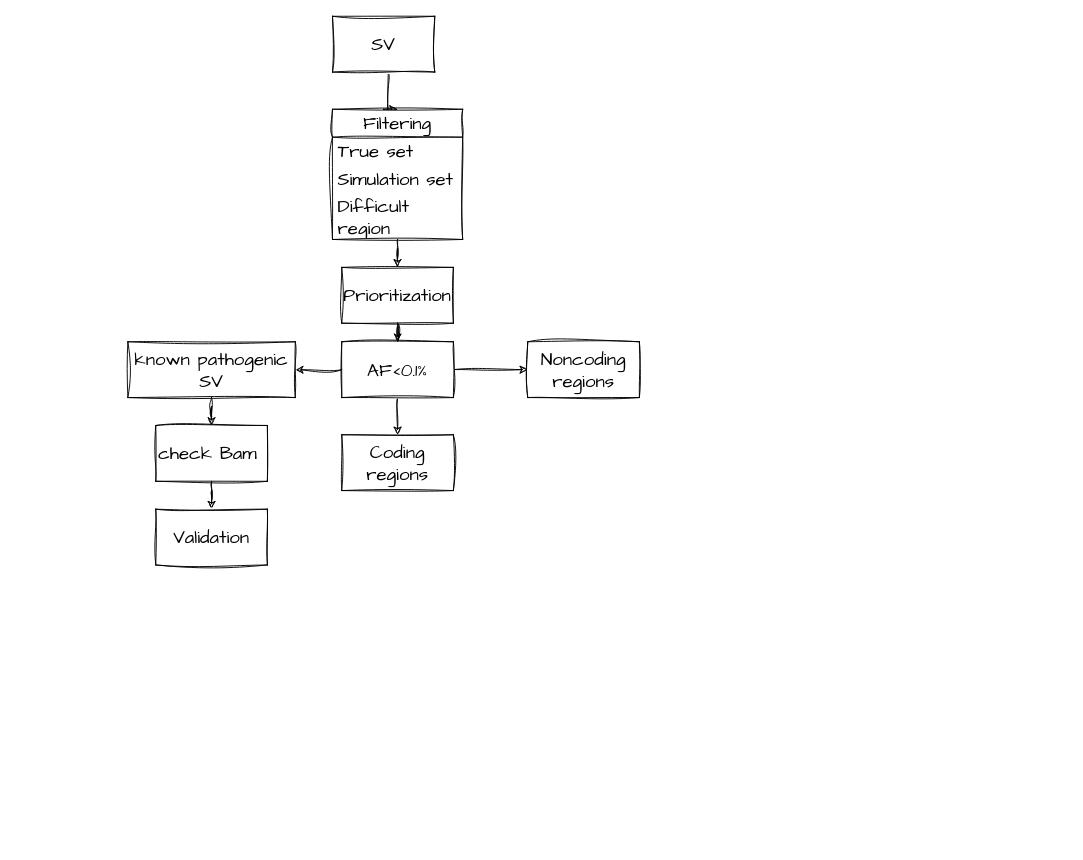
Before: SV_workflow.drawio in ShirleyLiu-BCH/workflow, a draw.io diagram. Source tidied: cells renumbered, new cells numbered last; positions are measured from the earlier drawing's top-left corner, leaving out a move shared by most shapes. Both pictures are drawn from the tidied source at 93%, with x=0, y=0 at pixel (127, 16).
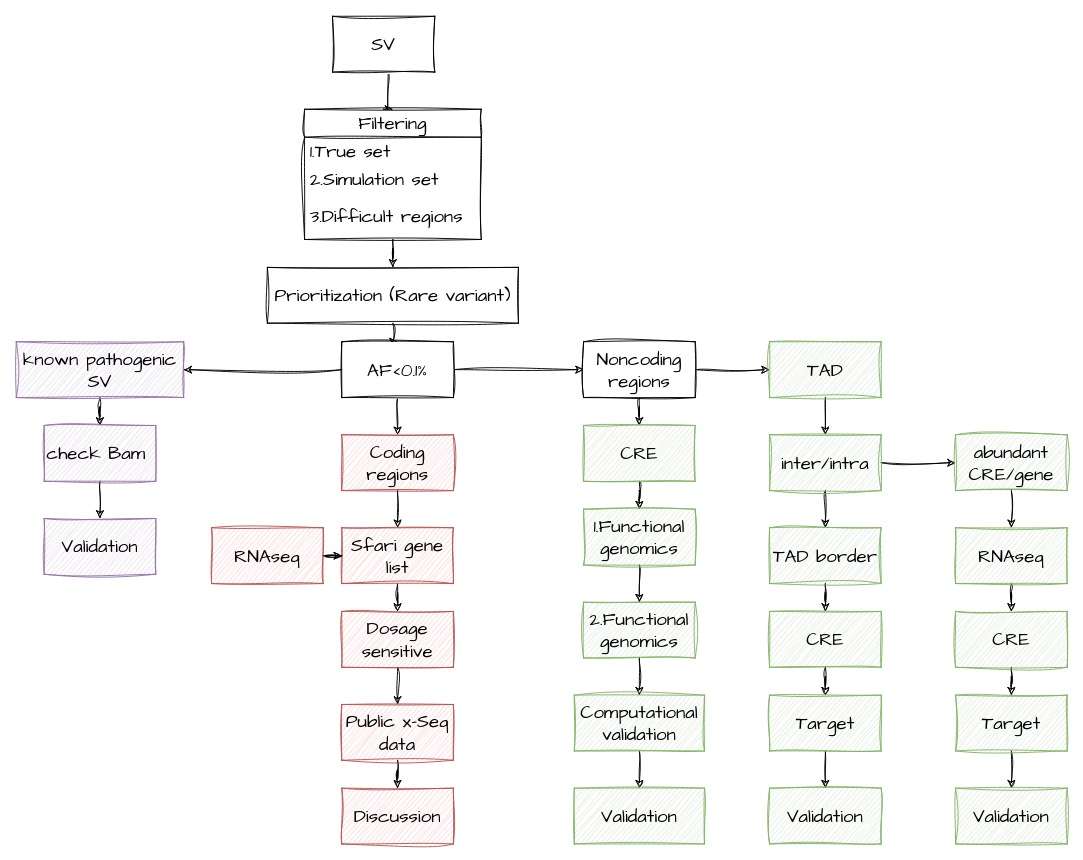
The same diagram, later.

Change to the diagram source:
```diff
@@
     <mxCell id="5" value="Filtering" style="swimlane;fontStyle=0;horizontal=1;startSize=30;whiteSpace=wrap;html=1;sketch=1;hachureGap=4;jiggle=2;curveFitting=1;fontFamily=Architects Daughter;fontSize=20;" parent="1" vertex="1">
-      <mxGeometry x="220" y="100" width="140" height="140" as="geometry" />
+      <mxGeometry x="190" y="100" width="190" height="140" as="geometry" />
     </mxCell>
-    <mxCell id="6" value="True set" style="text;strokeColor=none;fillColor=none;align=left;verticalAlign=middle;spacingLeft=4;spacingRight=4;overflow=hidden;whiteSpace=wrap;html=1;fontSize=20;fontFamily=Architects Daughter;" parent="5" vertex="1">
-      <mxGeometry y="30" width="140" height="30" as="geometry" />
+    <mxCell id="6" value="1.True set" style="text;strokeColor=none;fillColor=none;align=left;verticalAlign=middle;spacingLeft=4;spacingRight=4;overflow=hidden;whiteSpace=wrap;html=1;fontSize=20;fontFamily=Architects Daughter;" parent="5" vertex="1">
+      <mxGeometry y="30" width="190" height="30" as="geometry" />
     </mxCell>
-    <mxCell id="7" value="Simulation set" style="text;strokeColor=none;fillColor=none;align=left;verticalAlign=middle;spacingLeft=4;spacingRight=4;overflow=hidden;whiteSpace=wrap;html=1;fontSize=20;fontFamily=Architects Daughter;" parent="5" vertex="1">
-      <mxGeometry y="60" width="140" height="30" as="geometry" />
+    <mxCell id="7" value="2.Simulation set" style="text;strokeColor=none;fillColor=none;align=left;verticalAlign=middle;spacingLeft=4;spacingRight=4;overflow=hidden;whiteSpace=wrap;html=1;fontSize=20;fontFamily=Architects Daughter;" parent="5" vertex="1">
+      <mxGeometry y="60" width="190" height="30" as="geometry" />
     </mxCell>
-    <mxCell id="8" value="Difficult region" style="text;strokeColor=none;fillColor=none;align=left;verticalAlign=middle;spacingLeft=4;spacingRight=4;overflow=hidden;whiteSpace=wrap;html=1;fontSize=20;fontFamily=Architects Daughter;" parent="5" vertex="1">
-      <mxGeometry y="90" width="140" height="50" as="geometry" />
+    <mxCell id="8" value="3.Difficult regions" style="text;strokeColor=none;fillColor=none;align=left;verticalAlign=middle;spacingLeft=4;spacingRight=4;overflow=hidden;whiteSpace=wrap;html=1;fontSize=20;fontFamily=Architects Daughter;" parent="5" vertex="1">
+      <mxGeometry y="90" width="190" height="50" as="geometry" />
     </mxCell>
@@
-    <mxCell id="10" value="Prioritization" style="whiteSpace=wrap;html=1;fontSize=20;fontFamily=Architects Daughter;fontStyle=0;startSize=30;sketch=1;hachureGap=4;jiggle=2;curveFitting=1;" parent="1" vertex="1">
-      <mxGeometry x="230" y="270" width="120" height="60" as="geometry" />
+    <mxCell id="10" value="Prioritization (Rare variant)" style="whiteSpace=wrap;html=1;fontSize=20;fontFamily=Architects Daughter;fontStyle=0;startSize=30;sketch=1;hachureGap=4;jiggle=2;curveFitting=1;" parent="1" vertex="1">
+      <mxGeometry x="150" y="270" width="270" height="60" as="geometry" />
     </mxCell>
@@
-    <mxCell id="16" value="known pathogenic SV" style="whiteSpace=wrap;html=1;fontSize=20;fontFamily=Architects Daughter;fontStyle=0;startSize=30;sketch=1;hachureGap=4;jiggle=2;curveFitting=1;" parent="1" vertex="1">
-      <mxGeometry y="350" width="180" height="60" as="geometry" />
+    <mxCell id="16" value="known pathogenic SV" style="whiteSpace=wrap;html=1;fontSize=20;fontFamily=Architects Daughter;fontStyle=0;startSize=30;sketch=1;hachureGap=4;jiggle=2;curveFitting=1;fillColor=#e1d5e7;strokeColor=#9673a6;" parent="1" vertex="1">
+      <mxGeometry x="-120" y="350" width="180" height="60" as="geometry" />
     </mxCell>
+    <mxCell id="22" style="edgeStyle=orthogonalEdgeStyle;rounded=0;sketch=1;hachureGap=4;jiggle=2;curveFitting=1;jettySize=auto;html=1;fontFamily=Architects Daughter;fontSize=16;" parent="1" edge="1" source="17" target="26">
+      <mxGeometry relative="1" as="geometry" />
+    </mxCell>
-    <mxCell id="17" value="Coding regions" style="whiteSpace=wrap;html=1;fontSize=20;fontFamily=Architects Daughter;fontStyle=0;startSize=30;sketch=1;hachureGap=4;jiggle=2;curveFitting=1;" parent="1" vertex="1">
+    <mxCell id="17" value="Coding regions" style="whiteSpace=wrap;html=1;fontSize=20;fontFamily=Architects Daughter;fontStyle=0;startSize=30;sketch=1;hachureGap=4;jiggle=2;curveFitting=1;fillColor=#f8cecc;strokeColor=#b85450;" parent="1" vertex="1">
       <mxGeometry x="230" y="450" width="120" height="60" as="geometry" />
     </mxCell>
+    <mxCell id="23" style="edgeStyle=orthogonalEdgeStyle;rounded=0;sketch=1;hachureGap=4;jiggle=2;curveFitting=1;jettySize=auto;html=1;fontFamily=Architects Daughter;fontSize=16;" parent="1" edge="1" source="18" target="35">
+      <mxGeometry relative="1" as="geometry" />
+    </mxCell>
+    <mxCell id="24" style="edgeStyle=orthogonalEdgeStyle;rounded=0;sketch=1;hachureGap=4;jiggle=2;curveFitting=1;jettySize=auto;html=1;fontFamily=Architects Daughter;fontSize=16;" parent="1" edge="1" source="18" target="37">
+      <mxGeometry relative="1" as="geometry" />
+    </mxCell>
     <mxCell id="18" value="Noncoding regions" style="whiteSpace=wrap;html=1;fontSize=20;fontFamily=Architects Daughter;fontStyle=0;startSize=30;sketch=1;hachureGap=4;jiggle=2;curveFitting=1;" parent="1" vertex="1">
-      <mxGeometry x="430" y="350" width="120" height="60" as="geometry" />
+      <mxGeometry x="490" y="350" width="120" height="60" as="geometry" />
     </mxCell>
@@
-    <mxCell id="20" value="check Bam&amp;nbsp;" style="whiteSpace=wrap;html=1;fontSize=20;fontFamily=Architects Daughter;fontStyle=0;startSize=30;sketch=1;hachureGap=4;jiggle=2;curveFitting=1;" parent="1" vertex="1">
-      <mxGeometry x="30" y="440" width="120" height="60" as="geometry" />
+    <mxCell id="20" value="check Bam&amp;nbsp;" style="whiteSpace=wrap;html=1;fontSize=20;fontFamily=Architects Daughter;fontStyle=0;startSize=30;sketch=1;hachureGap=4;jiggle=2;curveFitting=1;fillColor=#e1d5e7;strokeColor=#9673a6;" parent="1" vertex="1">
+      <mxGeometry x="-90" y="440" width="120" height="60" as="geometry" />
     </mxCell>
-    <mxCell id="21" value="Validation" style="whiteSpace=wrap;html=1;fontSize=20;fontFamily=Architects Daughter;fontStyle=0;startSize=30;sketch=1;hachureGap=4;jiggle=2;curveFitting=1;" parent="1" vertex="1">
-      <mxGeometry x="30" y="530" width="120" height="60" as="geometry" />
+    <mxCell id="21" value="Validation" style="whiteSpace=wrap;html=1;fontSize=20;fontFamily=Architects Daughter;fontStyle=0;startSize=30;sketch=1;hachureGap=4;jiggle=2;curveFitting=1;fillColor=#e1d5e7;strokeColor=#9673a6;" parent="1" vertex="1">
+      <mxGeometry x="-90" y="540" width="120" height="60" as="geometry" />
     </mxCell>
+    <mxCell id="25" style="edgeStyle=orthogonalEdgeStyle;rounded=0;sketch=1;hachureGap=4;jiggle=2;curveFitting=1;jettySize=auto;html=1;fontFamily=Architects Daughter;fontSize=16;" parent="1" edge="1" source="26" target="28">
+      <mxGeometry relative="1" as="geometry" />
+    </mxCell>
+    <mxCell id="26" value="Sfari gene list" style="whiteSpace=wrap;html=1;fontSize=20;fontFamily=Architects Daughter;fontStyle=0;startSize=30;sketch=1;hachureGap=4;jiggle=2;curveFitting=1;fillColor=#f8cecc;strokeColor=#b85450;" parent="1" vertex="1">
+      <mxGeometry x="230" y="550" width="120" height="60" as="geometry" />
+    </mxCell>
+    <mxCell id="27" style="edgeStyle=orthogonalEdgeStyle;rounded=0;sketch=1;hachureGap=4;jiggle=2;curveFitting=1;jettySize=auto;html=1;fontFamily=Architects Daughter;fontSize=16;" parent="1" edge="1" source="28" target="32">
+      <mxGeometry relative="1" as="geometry" />
+    </mxCell>
+    <mxCell id="28" value="Dosage sensitive" style="whiteSpace=wrap;html=1;fontSize=20;fontFamily=Architects Daughter;fontStyle=0;startSize=30;sketch=1;hachureGap=4;jiggle=2;curveFitting=1;fillColor=#f8cecc;strokeColor=#b85450;" parent="1" vertex="1">
+      <mxGeometry x="230" y="640" width="120" height="60" as="geometry" />
+    </mxCell>
+    <mxCell id="29" style="edgeStyle=orthogonalEdgeStyle;rounded=0;sketch=1;hachureGap=4;jiggle=2;curveFitting=1;jettySize=auto;html=1;fontFamily=Architects Daughter;fontSize=16;" parent="1" edge="1" source="30" target="26">
+      <mxGeometry relative="1" as="geometry" />
+    </mxCell>
+    <mxCell id="30" value="RNAseq" style="whiteSpace=wrap;html=1;fontSize=20;fontFamily=Architects Daughter;fontStyle=0;startSize=30;sketch=1;hachureGap=4;jiggle=2;curveFitting=1;fillColor=#f8cecc;strokeColor=#b85450;" parent="1" vertex="1">
+      <mxGeometry x="90" y="550" width="120" height="60" as="geometry" />
+    </mxCell>
+    <mxCell id="31" style="edgeStyle=orthogonalEdgeStyle;rounded=0;sketch=1;hachureGap=4;jiggle=2;curveFitting=1;jettySize=auto;html=1;fontFamily=Architects Daughter;fontSize=16;" parent="1" edge="1" source="32" target="33">
+      <mxGeometry relative="1" as="geometry" />
+    </mxCell>
+    <mxCell id="32" value="Public x-Seq data" style="whiteSpace=wrap;html=1;fontSize=20;fontFamily=Architects Daughter;fontStyle=0;startSize=30;sketch=1;hachureGap=4;jiggle=2;curveFitting=1;fillColor=#f8cecc;strokeColor=#b85450;" parent="1" vertex="1">
+      <mxGeometry x="230" y="740" width="120" height="60" as="geometry" />
+    </mxCell>
+    <mxCell id="33" value="Discussion" style="whiteSpace=wrap;html=1;fontSize=20;fontFamily=Architects Daughter;fontStyle=0;startSize=30;sketch=1;hachureGap=4;jiggle=2;curveFitting=1;fillColor=#f8cecc;strokeColor=#b85450;" parent="1" vertex="1">
+      <mxGeometry x="230" y="830" width="120" height="60" as="geometry" />
+    </mxCell>
+    <mxCell id="34" style="edgeStyle=orthogonalEdgeStyle;rounded=0;sketch=1;hachureGap=4;jiggle=2;curveFitting=1;jettySize=auto;html=1;fontFamily=Architects Daughter;fontSize=16;" parent="1" edge="1" source="35" target="39">
+      <mxGeometry relative="1" as="geometry" />
+    </mxCell>
+    <mxCell id="35" value="CRE" style="whiteSpace=wrap;html=1;fontSize=20;fontFamily=Architects Daughter;fontStyle=0;startSize=30;sketch=1;hachureGap=4;jiggle=2;curveFitting=1;fillColor=#d5e8d4;strokeColor=#82b366;" parent="1" vertex="1">
+      <mxGeometry x="490" y="440" width="120" height="60" as="geometry" />
+    </mxCell>
+    <mxCell id="36" style="edgeStyle=orthogonalEdgeStyle;rounded=0;sketch=1;hachureGap=4;jiggle=2;curveFitting=1;jettySize=auto;html=1;fontFamily=Architects Daughter;fontSize=16;" parent="1" edge="1" source="37" target="46">
+      <mxGeometry relative="1" as="geometry" />
+    </mxCell>
+    <mxCell id="37" value="TAD" style="whiteSpace=wrap;html=1;fontSize=20;fontFamily=Architects Daughter;fontStyle=0;startSize=30;sketch=1;hachureGap=4;jiggle=2;curveFitting=1;fillColor=#d5e8d4;strokeColor=#82b366;" parent="1" vertex="1">
+      <mxGeometry x="690" y="350" width="120" height="60" as="geometry" />
+    </mxCell>
+    <mxCell id="38" style="edgeStyle=orthogonalEdgeStyle;rounded=0;sketch=1;hachureGap=4;jiggle=2;curveFitting=1;jettySize=auto;html=1;fontFamily=Architects Daughter;fontSize=16;" parent="1" edge="1" source="39" target="41">
+      <mxGeometry relative="1" as="geometry" />
+    </mxCell>
+    <mxCell id="39" value="1.Functional genomics" style="whiteSpace=wrap;html=1;fontSize=20;fontFamily=Architects Daughter;fontStyle=0;startSize=30;sketch=1;hachureGap=4;jiggle=2;curveFitting=1;fillColor=#d5e8d4;strokeColor=#82b366;" parent="1" vertex="1">
+      <mxGeometry x="490" y="530" width="120" height="60" as="geometry" />
+    </mxCell>
+    <mxCell id="40" style="edgeStyle=orthogonalEdgeStyle;rounded=0;sketch=1;hachureGap=4;jiggle=2;curveFitting=1;jettySize=auto;html=1;fontFamily=Architects Daughter;fontSize=16;" parent="1" edge="1" source="41" target="43">
+      <mxGeometry relative="1" as="geometry" />
+    </mxCell>
+    <mxCell id="41" value="2.Functional genomics" style="whiteSpace=wrap;html=1;fontSize=20;fontFamily=Architects Daughter;fontStyle=0;startSize=30;sketch=1;hachureGap=4;jiggle=2;curveFitting=1;fillColor=#d5e8d4;strokeColor=#82b366;" parent="1" vertex="1">
+      <mxGeometry x="490" y="630" width="120" height="60" as="geometry" />
+    </mxCell>
+    <mxCell id="42" style="edgeStyle=orthogonalEdgeStyle;rounded=0;sketch=1;hachureGap=4;jiggle=2;curveFitting=1;jettySize=auto;html=1;fontFamily=Architects Daughter;fontSize=16;" parent="1" edge="1" source="43" target="61">
+      <mxGeometry relative="1" as="geometry" />
+    </mxCell>
+    <mxCell id="43" value="Computational validation" style="whiteSpace=wrap;html=1;fontSize=20;fontFamily=Architects Daughter;fontStyle=0;startSize=30;sketch=1;hachureGap=4;jiggle=2;curveFitting=1;fillColor=#d5e8d4;strokeColor=#82b366;" parent="1" vertex="1">
+      <mxGeometry x="480" y="730" width="140" height="60" as="geometry" />
+    </mxCell>
+    <mxCell id="44" style="edgeStyle=orthogonalEdgeStyle;rounded=0;sketch=1;hachureGap=4;jiggle=2;curveFitting=1;jettySize=auto;html=1;fontFamily=Architects Daughter;fontSize=16;" parent="1" edge="1" source="46" target="48">
+      <mxGeometry relative="1" as="geometry" />
+    </mxCell>
+    <mxCell id="45" style="edgeStyle=orthogonalEdgeStyle;rounded=0;sketch=1;hachureGap=4;jiggle=2;curveFitting=1;jettySize=auto;html=1;fontFamily=Architects Daughter;fontSize=16;" parent="1" edge="1" source="46" target="50">
+      <mxGeometry relative="1" as="geometry" />
+    </mxCell>
+    <mxCell id="46" value="inter/intra" style="whiteSpace=wrap;html=1;fontSize=20;fontFamily=Architects Daughter;fontStyle=0;startSize=30;sketch=1;hachureGap=4;jiggle=2;curveFitting=1;fillColor=#d5e8d4;strokeColor=#82b366;" parent="1" vertex="1">
+      <mxGeometry x="690" y="450" width="120" height="60" as="geometry" />
+    </mxCell>
+    <mxCell id="47" style="edgeStyle=orthogonalEdgeStyle;rounded=0;sketch=1;hachureGap=4;jiggle=2;curveFitting=1;jettySize=auto;html=1;fontFamily=Architects Daughter;fontSize=16;" parent="1" edge="1" source="48" target="52">
+      <mxGeometry relative="1" as="geometry" />
+    </mxCell>
+    <mxCell id="48" value="TAD border" style="whiteSpace=wrap;html=1;fontSize=20;fontFamily=Architects Daughter;fontStyle=0;startSize=30;sketch=1;hachureGap=4;jiggle=2;curveFitting=1;fillColor=#d5e8d4;strokeColor=#82b366;" parent="1" vertex="1">
+      <mxGeometry x="690" y="550" width="120" height="60" as="geometry" />
+    </mxCell>
+    <mxCell id="49" style="edgeStyle=orthogonalEdgeStyle;rounded=0;sketch=1;hachureGap=4;jiggle=2;curveFitting=1;jettySize=auto;html=1;fontFamily=Architects Daughter;fontSize=16;" parent="1" edge="1" source="50" target="56">
+      <mxGeometry relative="1" as="geometry" />
+    </mxCell>
+    <mxCell id="50" value="abundant CRE/gene" style="whiteSpace=wrap;html=1;fontSize=20;fontFamily=Architects Daughter;fontStyle=0;startSize=30;sketch=1;hachureGap=4;jiggle=2;curveFitting=1;fillColor=#d5e8d4;strokeColor=#82b366;" parent="1" vertex="1">
+      <mxGeometry x="890" y="450" width="120" height="60" as="geometry" />
+    </mxCell>
+    <mxCell id="51" style="edgeStyle=orthogonalEdgeStyle;rounded=0;sketch=1;hachureGap=4;jiggle=2;curveFitting=1;jettySize=auto;html=1;fontFamily=Architects Daughter;fontSize=16;" parent="1" edge="1" source="52" target="54">
+      <mxGeometry relative="1" as="geometry" />
+    </mxCell>
+    <mxCell id="52" value="CRE" style="whiteSpace=wrap;html=1;fontSize=20;fontFamily=Architects Daughter;fontStyle=0;startSize=30;sketch=1;hachureGap=4;jiggle=2;curveFitting=1;fillColor=#d5e8d4;strokeColor=#82b366;" parent="1" vertex="1">
+      <mxGeometry x="690" y="640" width="120" height="60" as="geometry" />
+    </mxCell>
+    <mxCell id="53" style="edgeStyle=orthogonalEdgeStyle;rounded=0;sketch=1;hachureGap=4;jiggle=2;curveFitting=1;jettySize=auto;html=1;fontFamily=Architects Daughter;fontSize=16;" parent="1" edge="1" source="54" target="62">
+      <mxGeometry relative="1" as="geometry" />
+    </mxCell>
+    <mxCell id="54" value="Target" style="whiteSpace=wrap;html=1;fontSize=20;fontFamily=Architects Daughter;fontStyle=0;startSize=30;sketch=1;hachureGap=4;jiggle=2;curveFitting=1;fillColor=#d5e8d4;strokeColor=#82b366;" parent="1" vertex="1">
+      <mxGeometry x="690" y="730" width="120" height="60" as="geometry" />
+    </mxCell>
+    <mxCell id="55" style="edgeStyle=orthogonalEdgeStyle;rounded=0;sketch=1;hachureGap=4;jiggle=2;curveFitting=1;jettySize=auto;html=1;fontFamily=Architects Daughter;fontSize=16;" parent="1" edge="1" source="56" target="58">
+      <mxGeometry relative="1" as="geometry" />
+    </mxCell>
+    <mxCell id="56" value="RNAseq" style="whiteSpace=wrap;html=1;fontSize=20;fontFamily=Architects Daughter;fontStyle=0;startSize=30;sketch=1;hachureGap=4;jiggle=2;curveFitting=1;fillColor=#d5e8d4;strokeColor=#82b366;" parent="1" vertex="1">
+      <mxGeometry x="890" y="550" width="120" height="60" as="geometry" />
+    </mxCell>
+    <mxCell id="57" style="edgeStyle=orthogonalEdgeStyle;rounded=0;sketch=1;hachureGap=4;jiggle=2;curveFitting=1;jettySize=auto;html=1;fontFamily=Architects Daughter;fontSize=16;" parent="1" edge="1" source="58" target="60">
+      <mxGeometry relative="1" as="geometry" />
+    </mxCell>
+    <mxCell id="58" value="CRE" style="whiteSpace=wrap;html=1;fontSize=20;fontFamily=Architects Daughter;fontStyle=0;startSize=30;sketch=1;hachureGap=4;jiggle=2;curveFitting=1;fillColor=#d5e8d4;strokeColor=#82b366;" parent="1" vertex="1">
+      <mxGeometry x="890" y="640" width="120" height="60" as="geometry" />
+    </mxCell>
+    <mxCell id="59" style="edgeStyle=orthogonalEdgeStyle;rounded=0;sketch=1;hachureGap=4;jiggle=2;curveFitting=1;jettySize=auto;html=1;fontFamily=Architects Daughter;fontSize=16;" parent="1" edge="1" source="60" target="63">
+      <mxGeometry relative="1" as="geometry" />
+    </mxCell>
+    <mxCell id="60" value="Target" style="whiteSpace=wrap;html=1;fontSize=20;fontFamily=Architects Daughter;fontStyle=0;startSize=30;sketch=1;hachureGap=4;jiggle=2;curveFitting=1;fillColor=#d5e8d4;strokeColor=#82b366;" parent="1" vertex="1">
+      <mxGeometry x="890" y="730" width="120" height="60" as="geometry" />
+    </mxCell>
+    <mxCell id="61" value="Validation" style="whiteSpace=wrap;html=1;fontSize=20;fontFamily=Architects Daughter;fontStyle=0;startSize=30;sketch=1;hachureGap=4;jiggle=2;curveFitting=1;fillColor=#d5e8d4;strokeColor=#82b366;" parent="1" vertex="1">
+      <mxGeometry x="480" y="830" width="140" height="60" as="geometry" />
+    </mxCell>
+    <mxCell id="62" value="Validation" style="whiteSpace=wrap;html=1;fontSize=20;fontFamily=Architects Daughter;fontStyle=0;startSize=30;sketch=1;hachureGap=4;jiggle=2;curveFitting=1;fillColor=#d5e8d4;strokeColor=#82b366;" parent="1" vertex="1">
+      <mxGeometry x="690" y="830" width="120" height="60" as="geometry" />
+    </mxCell>
+    <mxCell id="63" value="Validation" style="whiteSpace=wrap;html=1;fontSize=20;fontFamily=Architects Daughter;fontStyle=0;startSize=30;sketch=1;hachureGap=4;jiggle=2;curveFitting=1;fillColor=#d5e8d4;strokeColor=#82b366;" parent="1" vertex="1">
+      <mxGeometry x="890" y="830" width="120" height="60" as="geometry" />
+    </mxCell>
```
